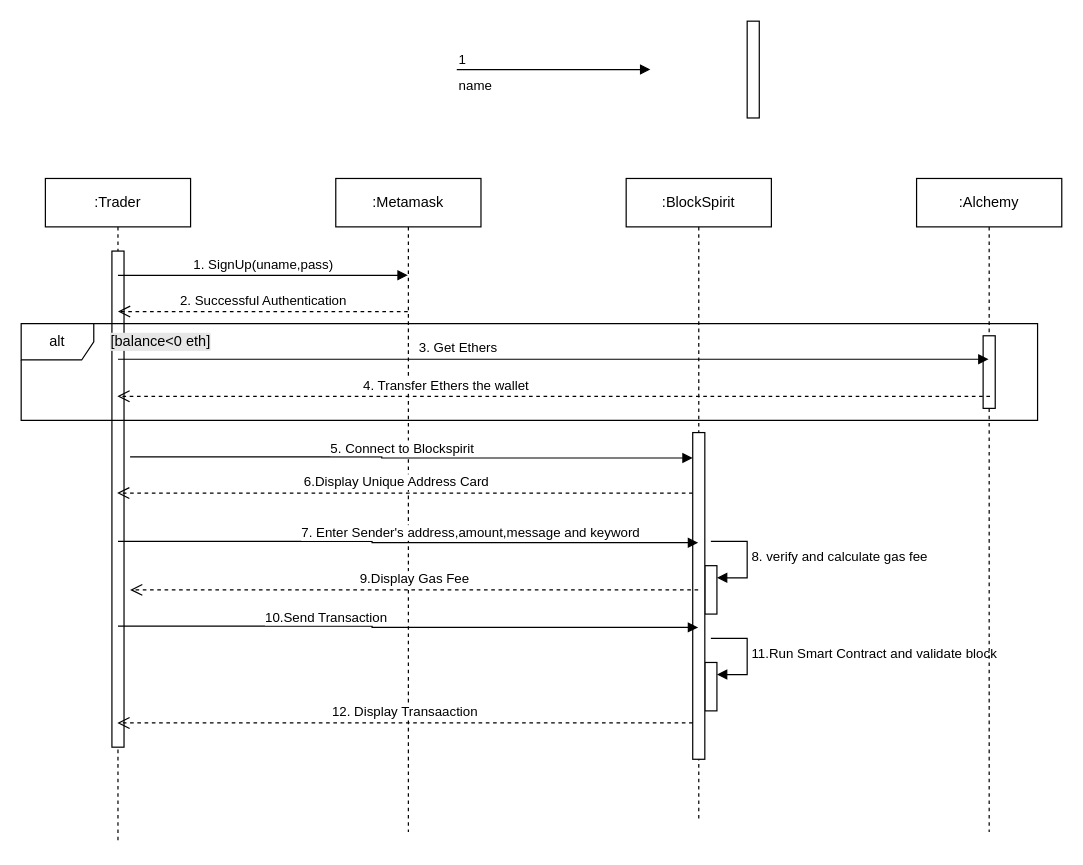
Before: useCase.drawio in CODEX108/Computer-Security, a draw.io diagram. Source tidied: cells renumbered, new cells numbered last; positions are measured from the earlier drawing's top-left corner, leaving out a move shared by most shapes. Both pictures are drawn from the tidied source at 121%, with x=0, y=0 at pixel (21, 21).
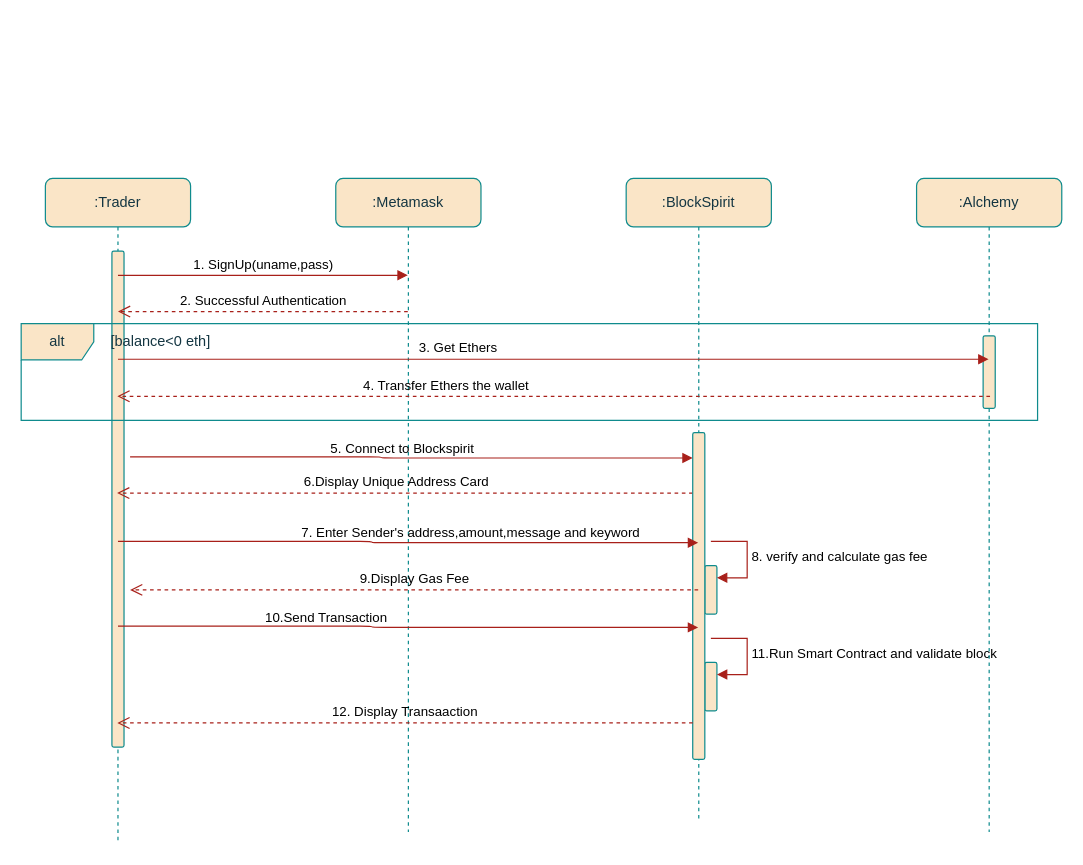
The same page after the edit.

Diff of the diagram source:
```diff
@@
-    <mxCell id="2" value=":Trader" style="shape=umlLifeline;perimeter=lifelinePerimeter;whiteSpace=wrap;html=1;outlineConnect=0;portConstraint=eastwest;newEdgeStyle={&quot;curved&quot;:0,&quot;rounded&quot;:0};" parent="1" vertex="1">
+    <mxCell id="2" value=":Trader" style="shape=umlLifeline;perimeter=lifelinePerimeter;whiteSpace=wrap;html=1;outlineConnect=0;portConstraint=eastwest;newEdgeStyle={&quot;curved&quot;:0,&quot;rounded&quot;:0};labelBackgroundColor=none;fillColor=#FAE5C7;strokeColor=#0F8B8D;fontColor=#143642;rounded=1;" parent="1" vertex="1">
       <mxGeometry x="20" y="130" width="120" height="550" as="geometry" />
     </mxCell>
-    <mxCell id="3" style="html=1;perimeter=orthogonalPerimeter;targetShapes=umlLifeline;newEdgeStyle={&quot;curved&quot;:0,&quot;rounded&quot;:0};" parent="2" vertex="1">
+    <mxCell id="3" style="html=1;perimeter=orthogonalPerimeter;targetShapes=umlLifeline;newEdgeStyle={&quot;curved&quot;:0,&quot;rounded&quot;:0};labelBackgroundColor=none;fillColor=#FAE5C7;strokeColor=#0F8B8D;fontColor=#143642;rounded=1;" parent="2" vertex="1">
       <mxGeometry x="55" y="60" width="10" height="410" as="geometry" />
     </mxCell>
-    <mxCell id="4" value=":BlockSpirit" style="shape=umlLifeline;perimeter=lifelinePerimeter;whiteSpace=wrap;html=1;outlineConnect=0;portConstraint=eastwest;newEdgeStyle={&quot;curved&quot;:0,&quot;rounded&quot;:0};" parent="1" vertex="1">
+    <mxCell id="4" value=":BlockSpirit" style="shape=umlLifeline;perimeter=lifelinePerimeter;whiteSpace=wrap;html=1;outlineConnect=0;portConstraint=eastwest;newEdgeStyle={&quot;curved&quot;:0,&quot;rounded&quot;:0};labelBackgroundColor=none;fillColor=#FAE5C7;strokeColor=#0F8B8D;fontColor=#143642;rounded=1;" parent="1" vertex="1">
       <mxGeometry x="500" y="130" width="120" height="530" as="geometry" />
     </mxCell>
-    <mxCell id="5" style="html=1;points=[[0,0,0,0,5],[0,1,0,0,-5],[1,0,0,0,5],[1,1,0,0,-5]];perimeter=orthogonalPerimeter;outlineConnect=0;targetShapes=umlLifeline;portConstraint=eastwest;newEdgeStyle={&quot;curved&quot;:0,&quot;rounded&quot;:0};" parent="4" vertex="1">
+    <mxCell id="5" style="html=1;points=[[0,0,0,0,5],[0,1,0,0,-5],[1,0,0,0,5],[1,1,0,0,-5]];perimeter=orthogonalPerimeter;outlineConnect=0;targetShapes=umlLifeline;portConstraint=eastwest;newEdgeStyle={&quot;curved&quot;:0,&quot;rounded&quot;:0};labelBackgroundColor=none;fillColor=#FAE5C7;strokeColor=#0F8B8D;fontColor=#143642;rounded=1;" parent="4" vertex="1">
       <mxGeometry x="65" y="320" width="10" height="40" as="geometry" />
     </mxCell>
-    <mxCell id="6" value="8. verify and calculate gas fee" style="html=1;align=left;spacingLeft=2;endArrow=block;rounded=0;edgeStyle=orthogonalEdgeStyle;curved=0;rounded=0;" parent="4" edge="1" target="5">
+    <mxCell id="6" value="8. verify and calculate gas fee" style="html=1;align=left;spacingLeft=2;endArrow=block;rounded=1;edgeStyle=orthogonalEdgeStyle;curved=0;rounded=0;labelBackgroundColor=none;strokeColor=#A8201A;fontColor=default;" parent="4" edge="1" target="5">
       <mxGeometry relative="1" as="geometry">
         <mxPoint x="70" y="300" as="sourcePoint" />
         <Array as="points">
           <mxPoint x="100" y="330" />
         </Array>
       </mxGeometry>
     </mxCell>
-    <mxCell id="7" style="html=1;points=[[0,0,0,0,5],[0,1,0,0,-5],[1,0,0,0,5],[1,1,0,0,-5]];perimeter=orthogonalPerimeter;outlineConnect=0;targetShapes=umlLifeline;portConstraint=eastwest;newEdgeStyle={&quot;curved&quot;:0,&quot;rounded&quot;:0};" parent="4" vertex="1">
+    <mxCell id="7" style="html=1;points=[[0,0,0,0,5],[0,1,0,0,-5],[1,0,0,0,5],[1,1,0,0,-5]];perimeter=orthogonalPerimeter;outlineConnect=0;targetShapes=umlLifeline;portConstraint=eastwest;newEdgeStyle={&quot;curved&quot;:0,&quot;rounded&quot;:0};labelBackgroundColor=none;fillColor=#FAE5C7;strokeColor=#0F8B8D;fontColor=#143642;rounded=1;" parent="4" vertex="1">
       <mxGeometry x="65" y="400" width="10" height="40" as="geometry" />
     </mxCell>
-    <mxCell id="8" value="11.Run Smart Contract and validate block" style="html=1;align=left;spacingLeft=2;endArrow=block;rounded=0;edgeStyle=orthogonalEdgeStyle;curved=0;rounded=0;" parent="4" edge="1" target="7">
+    <mxCell id="8" value="11.Run Smart Contract and validate block" style="html=1;align=left;spacingLeft=2;endArrow=block;rounded=1;edgeStyle=orthogonalEdgeStyle;curved=0;rounded=0;labelBackgroundColor=none;strokeColor=#A8201A;fontColor=default;" parent="4" edge="1" target="7">
       <mxGeometry relative="1" as="geometry">
         <mxPoint x="70" y="380" as="sourcePoint" />
         <Array as="points">
           <mxPoint x="100" y="410" />
         </Array>
       </mxGeometry>
     </mxCell>
-    <mxCell id="9" value=":Metamask" style="shape=umlLifeline;perimeter=lifelinePerimeter;whiteSpace=wrap;html=1;outlineConnect=0;portConstraint=eastwest;newEdgeStyle={&quot;curved&quot;:0,&quot;rounded&quot;:0};" parent="1" vertex="1">
+    <mxCell id="9" value=":Metamask" style="shape=umlLifeline;perimeter=lifelinePerimeter;whiteSpace=wrap;html=1;outlineConnect=0;portConstraint=eastwest;newEdgeStyle={&quot;curved&quot;:0,&quot;rounded&quot;:0};labelBackgroundColor=none;fillColor=#FAE5C7;strokeColor=#0F8B8D;fontColor=#143642;rounded=1;" parent="1" vertex="1">
       <mxGeometry x="260" y="130" width="120" height="540" as="geometry" />
     </mxCell>
-    <mxCell id="10" value=":Alchemy" style="shape=umlLifeline;perimeter=lifelinePerimeter;whiteSpace=wrap;html=1;newEdgeStyle={&quot;curved&quot;:0,&quot;rounded&quot;:0};" parent="1" vertex="1">
+    <mxCell id="10" value=":Alchemy" style="shape=umlLifeline;perimeter=lifelinePerimeter;whiteSpace=wrap;html=1;newEdgeStyle={&quot;curved&quot;:0,&quot;rounded&quot;:0};labelBackgroundColor=none;fillColor=#FAE5C7;strokeColor=#0F8B8D;fontColor=#143642;rounded=1;" parent="1" vertex="1">
       <mxGeometry x="740" y="130" width="120" height="540" as="geometry" />
     </mxCell>
-    <mxCell id="11" style="html=1;perimeter=orthogonalPerimeter;targetShapes=umlLifeline;newEdgeStyle={&quot;curved&quot;:0,&quot;rounded&quot;:0};" parent="10" vertex="1">
+    <mxCell id="11" style="html=1;perimeter=orthogonalPerimeter;targetShapes=umlLifeline;newEdgeStyle={&quot;curved&quot;:0,&quot;rounded&quot;:0};labelBackgroundColor=none;fillColor=#FAE5C7;strokeColor=#0F8B8D;fontColor=#143642;rounded=1;" parent="10" vertex="1">
       <mxGeometry x="55" y="130" width="10" height="60" as="geometry" />
     </mxCell>
-    <mxCell id="12" value="3. Get Ethers" style="html=1;verticalAlign=bottom;endArrow=block;curved=0;rounded=0;" parent="1" edge="1">
+    <mxCell id="12" value="3. Get Ethers" style="html=1;verticalAlign=bottom;endArrow=block;curved=0;rounded=1;labelBackgroundColor=none;strokeColor=#A8201A;fontColor=default;" parent="1" edge="1">
       <mxGeometry x="-0.22" relative="1" as="geometry">
         <mxPoint x="80" y="279.4" as="sourcePoint" />
         <mxPoint x="799.5" y="279.4" as="targetPoint" />
       </mxGeometry>
     </mxCell>
-    <mxCell id="13" value="4. Transfer Ethers the wallet" style="html=1;verticalAlign=bottom;endArrow=open;dashed=1;endSize=8;curved=0;rounded=0;" parent="1" edge="1" target="2">
+    <mxCell id="13" value="4. Transfer Ethers the wallet" style="html=1;verticalAlign=bottom;endArrow=open;dashed=1;endSize=8;curved=0;rounded=1;labelBackgroundColor=none;strokeColor=#A8201A;fontColor=default;" parent="1" edge="1" target="2">
       <mxGeometry x="0.25" relative="1" as="geometry">
         <mxPoint x="800.7" y="310" as="sourcePoint" />
         <mxPoint x="1" as="offset" />
       </mxGeometry>
     </mxCell>
-    <mxCell id="14" value="name" style="endArrow=block;endFill=1;html=1;edgeStyle=orthogonalEdgeStyle;align=left;verticalAlign=top;rounded=0;" parent="1" edge="1">
-      <mxGeometry x="-1" relative="1" as="geometry">
-        <mxPoint x="360" y="40" as="sourcePoint" />
-        <mxPoint x="520" y="40" as="targetPoint" />
-      </mxGeometry>
-    </mxCell>
-    <mxCell id="15" value="1" style="edgeLabel;html=1;align=left;verticalAlign=bottom;" parent="14" vertex="1">
-      <mxGeometry x="-1" relative="1" as="geometry" />
-    </mxCell>
-    <mxCell id="16" value="1. SignUp(uname,pass)" style="html=1;verticalAlign=bottom;endArrow=block;curved=0;rounded=0;" parent="1" edge="1" target="9">
+    <mxCell id="16" value="1. SignUp(uname,pass)" style="html=1;verticalAlign=bottom;endArrow=block;curved=0;rounded=1;labelBackgroundColor=none;strokeColor=#A8201A;fontColor=default;" parent="1" edge="1" target="9">
       <mxGeometry relative="1" as="geometry">
         <mxPoint x="80" y="210" as="sourcePoint" />
       </mxGeometry>
     </mxCell>
-    <mxCell id="17" value="2. Successful Authentication" style="html=1;verticalAlign=bottom;endArrow=open;dashed=1;endSize=8;curved=0;rounded=0;" parent="1" edge="1">
+    <mxCell id="17" value="2. Successful Authentication" style="html=1;verticalAlign=bottom;endArrow=open;dashed=1;endSize=8;curved=0;rounded=1;labelBackgroundColor=none;strokeColor=#A8201A;fontColor=default;" parent="1" edge="1">
       <mxGeometry relative="1" as="geometry">
         <mxPoint x="319.5" y="240" as="sourcePoint" />
         <mxPoint x="80" y="240" as="targetPoint" />
       </mxGeometry>
     </mxCell>
-    <mxCell id="18" value="alt" style="shape=umlFrame;whiteSpace=wrap;html=1;" parent="1" vertex="1">
+    <mxCell id="18" value="alt" style="shape=umlFrame;whiteSpace=wrap;html=1;labelBackgroundColor=none;fillColor=#FAE5C7;strokeColor=#0F8B8D;fontColor=#143642;rounded=1;" parent="1" vertex="1">
       <mxGeometry y="250" width="840" height="80" as="geometry" />
     </mxCell>
-    <mxCell id="19" value="[balance&amp;lt;0 eth]" style="text;html=1;align=center;verticalAlign=middle;strokeColor=none;fillColor=none;labelBackgroundColor=#E6E6E6;" parent="1" vertex="1">
+    <mxCell id="19" value="[balance&amp;lt;0 eth]" style="text;html=1;align=center;verticalAlign=middle;strokeColor=none;fillColor=none;labelBackgroundColor=none;fontColor=#143642;rounded=1;" parent="1" vertex="1">
       <mxGeometry x="60" y="250" width="110" height="30" as="geometry" />
     </mxCell>
-    <mxCell id="20" value="5. Connect to Blockspirit" style="endArrow=block;endFill=1;html=1;edgeStyle=orthogonalEdgeStyle;align=left;verticalAlign=top;rounded=0;" parent="1" edge="1" target="24">
+    <mxCell id="20" value="5. Connect to Blockspirit" style="endArrow=block;endFill=1;html=1;edgeStyle=orthogonalEdgeStyle;align=left;verticalAlign=top;rounded=1;labelBackgroundColor=none;strokeColor=#A8201A;fontColor=default;" parent="1" edge="1" target="24">
       <mxGeometry x="-0.29" y="20" relative="1" as="geometry">
         <mxPoint x="90" y="360" as="sourcePoint" />
         <Array as="points">
           <mxPoint x="298" y="361" />
         </Array>
         <mxPoint x="-1" as="offset" />
       </mxGeometry>
     </mxCell>
-    <mxCell id="21" style="html=1;perimeter=orthogonalPerimeter;targetShapes=umlLifeline;newEdgeStyle={&quot;curved&quot;:0,&quot;rounded&quot;:0};" parent="1" vertex="1">
-      <mxGeometry x="600" width="10" height="80" as="geometry" />
-    </mxCell>
-    <mxCell id="22" value="6.Display Unique Address Card" style="html=1;verticalAlign=bottom;endArrow=open;dashed=1;endSize=8;curved=0;rounded=0;" parent="1" edge="1">
+    <mxCell id="22" value="6.Display Unique Address Card" style="html=1;verticalAlign=bottom;endArrow=open;dashed=1;endSize=8;curved=0;rounded=1;labelBackgroundColor=none;strokeColor=#A8201A;fontColor=default;" parent="1" edge="1">
       <mxGeometry x="0.03" relative="1" as="geometry">
         <mxPoint x="555" y="390" as="sourcePoint" />
         <mxPoint x="79.3" y="390" as="targetPoint" />
       </mxGeometry>
     </mxCell>
-    <mxCell id="23" style="html=1;verticalAlign=bottom;endArrow=open;dashed=1;endSize=8;curved=0;rounded=0;" parent="1" edge="1" target="24">
+    <mxCell id="23" style="html=1;verticalAlign=bottom;endArrow=open;dashed=1;endSize=8;curved=0;rounded=1;labelBackgroundColor=none;strokeColor=#A8201A;fontColor=default;" parent="1" edge="1" target="24">
       <mxGeometry x="0.03" relative="1" as="geometry">
         <mxPoint x="555" y="390" as="sourcePoint" />
       </mxGeometry>
     </mxCell>
-    <mxCell id="24" style="html=1;points=[[0,0,0,0,5],[0,1,0,0,-5],[1,0,0,0,5],[1,1,0,0,-5]];perimeter=orthogonalPerimeter;outlineConnect=0;targetShapes=umlLifeline;portConstraint=eastwest;newEdgeStyle={&quot;curved&quot;:0,&quot;rounded&quot;:0};" parent="1" vertex="1">
+    <mxCell id="24" style="html=1;points=[[0,0,0,0,5],[0,1,0,0,-5],[1,0,0,0,5],[1,1,0,0,-5]];perimeter=orthogonalPerimeter;outlineConnect=0;targetShapes=umlLifeline;portConstraint=eastwest;newEdgeStyle={&quot;curved&quot;:0,&quot;rounded&quot;:0};labelBackgroundColor=none;fillColor=#FAE5C7;strokeColor=#0F8B8D;fontColor=#143642;rounded=1;" parent="1" vertex="1">
       <mxGeometry x="555" y="340" width="10" height="270" as="geometry" />
     </mxCell>
-    <mxCell id="25" value="7. Enter Sender's address,amount,message and keyword" style="endArrow=block;endFill=1;html=1;edgeStyle=orthogonalEdgeStyle;align=left;verticalAlign=top;rounded=0;" parent="1" edge="1" target="4">
+    <mxCell id="25" value="7. Enter Sender's address,amount,message and keyword" style="endArrow=block;endFill=1;html=1;edgeStyle=orthogonalEdgeStyle;align=left;verticalAlign=top;rounded=1;labelBackgroundColor=none;strokeColor=#A8201A;fontColor=default;" parent="1" edge="1" target="4">
       <mxGeometry x="-0.38" y="20" relative="1" as="geometry">
         <mxPoint x="80" y="430" as="sourcePoint" />
         <Array as="points">
           <mxPoint x="290" y="431" />
         </Array>
         <mxPoint x="1" as="offset" />
       </mxGeometry>
     </mxCell>
-    <mxCell id="26" value="9.Display Gas Fee" style="html=1;verticalAlign=bottom;endArrow=open;dashed=1;endSize=8;curved=0;rounded=0;" parent="1" edge="1" source="4">
+    <mxCell id="26" value="9.Display Gas Fee" style="html=1;verticalAlign=bottom;endArrow=open;dashed=1;endSize=8;curved=0;rounded=1;labelBackgroundColor=none;strokeColor=#A8201A;fontColor=default;" parent="1" edge="1" source="4">
       <mxGeometry relative="1" as="geometry">
         <mxPoint x="90" y="470" as="targetPoint" />
       </mxGeometry>
     </mxCell>
-    <mxCell id="27" value="10.Send Transaction" style="endArrow=block;endFill=1;html=1;edgeStyle=orthogonalEdgeStyle;align=left;verticalAlign=top;rounded=0;" parent="1" edge="1" target="4">
+    <mxCell id="27" value="10.Send Transaction" style="endArrow=block;endFill=1;html=1;edgeStyle=orthogonalEdgeStyle;align=left;verticalAlign=top;rounded=1;labelBackgroundColor=none;strokeColor=#A8201A;fontColor=default;" parent="1" edge="1" target="4">
       <mxGeometry x="-0.5" y="20" relative="1" as="geometry">
         <mxPoint x="80" y="500" as="sourcePoint" />
         <Array as="points">
           <mxPoint x="290" y="501" />
         </Array>
       </mxGeometry>
     </mxCell>
-    <mxCell id="28" value="12. Display Transaaction" style="html=1;verticalAlign=bottom;endArrow=open;dashed=1;endSize=8;curved=0;rounded=0;" parent="1" edge="1" target="2">
+    <mxCell id="28" value="12. Display Transaaction" style="html=1;verticalAlign=bottom;endArrow=open;dashed=1;endSize=8;curved=0;rounded=1;labelBackgroundColor=none;strokeColor=#A8201A;fontColor=default;" parent="1" edge="1" target="2">
       <mxGeometry relative="1" as="geometry">
         <mxPoint x="555" y="580" as="sourcePoint" />
       </mxGeometry>
     </mxCell>
```
